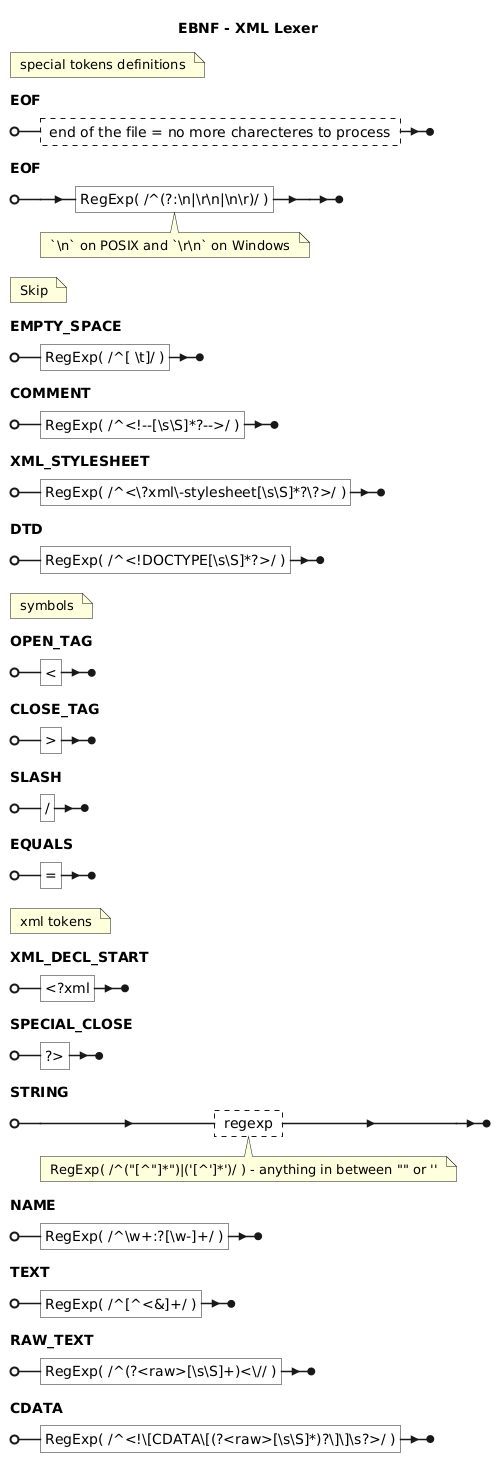
erkobridee/ds-ast keeps this PlantUML diagram as implementations/ts-parser-xml/assets/images/lexer.png. Above is the earlier version.
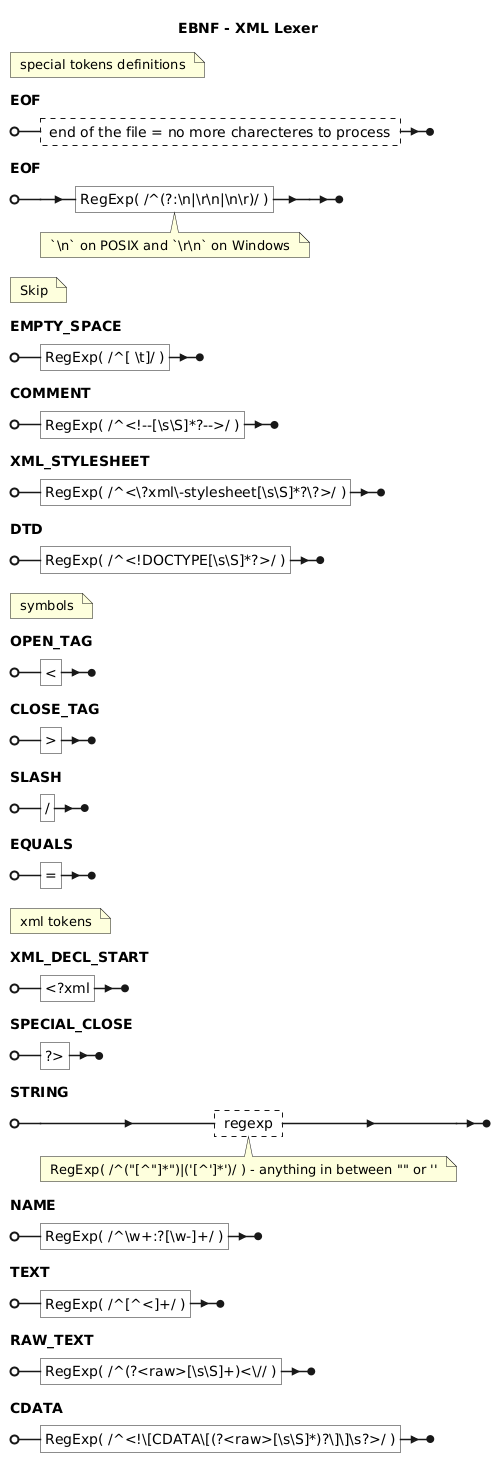
The same file after the commit.

Change to the diagram source:
```diff
@@ -39,7 +39,7 @@
 
 NAME = "RegExp( /^\w+:?[\w-]+/ )" ;
 
-TEXT = "RegExp( /^[^<&]+/ )" ;
+TEXT = "RegExp( /^[^<]+/ )" ;
 
 RAW_TEXT = "RegExp( /^(?<raw>[\s\S]+)<\// )" ;
 
```
